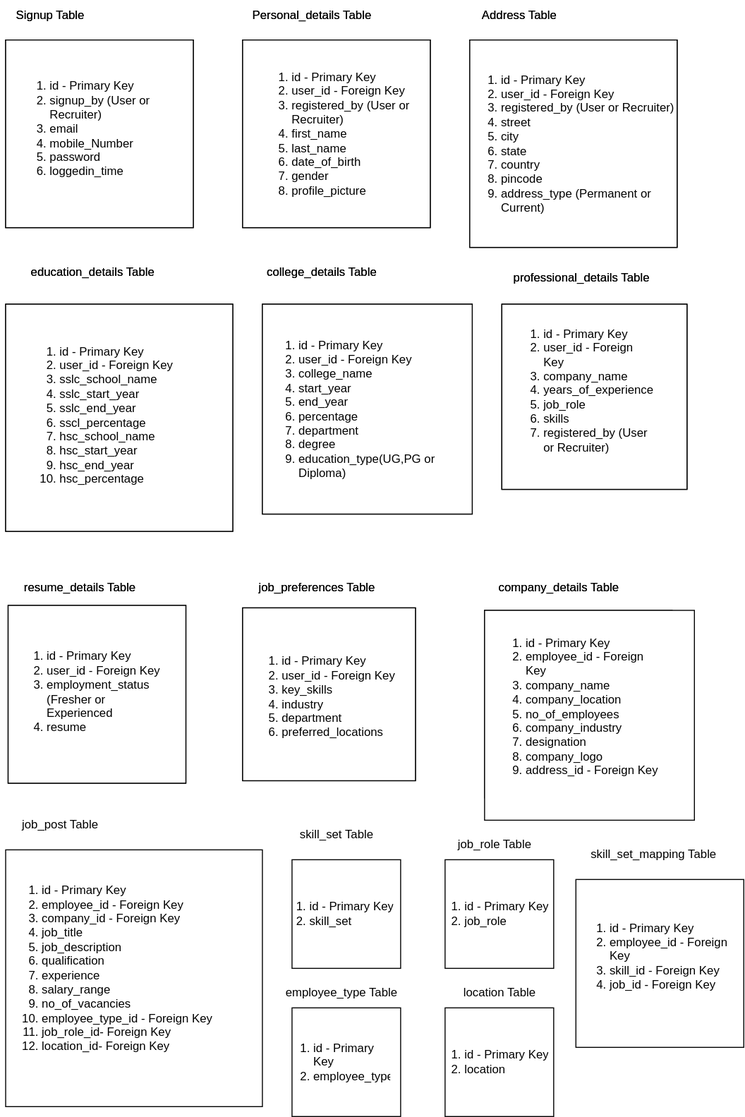
Before: fieldmaping.drawio.svg, a diagram exported from draw.io (JobPortal006/backend). Source tidied: cells renumbered, new cells last; positions are measured from the earlier drawing's top-left corner, leaving out a move shared by most shapes.
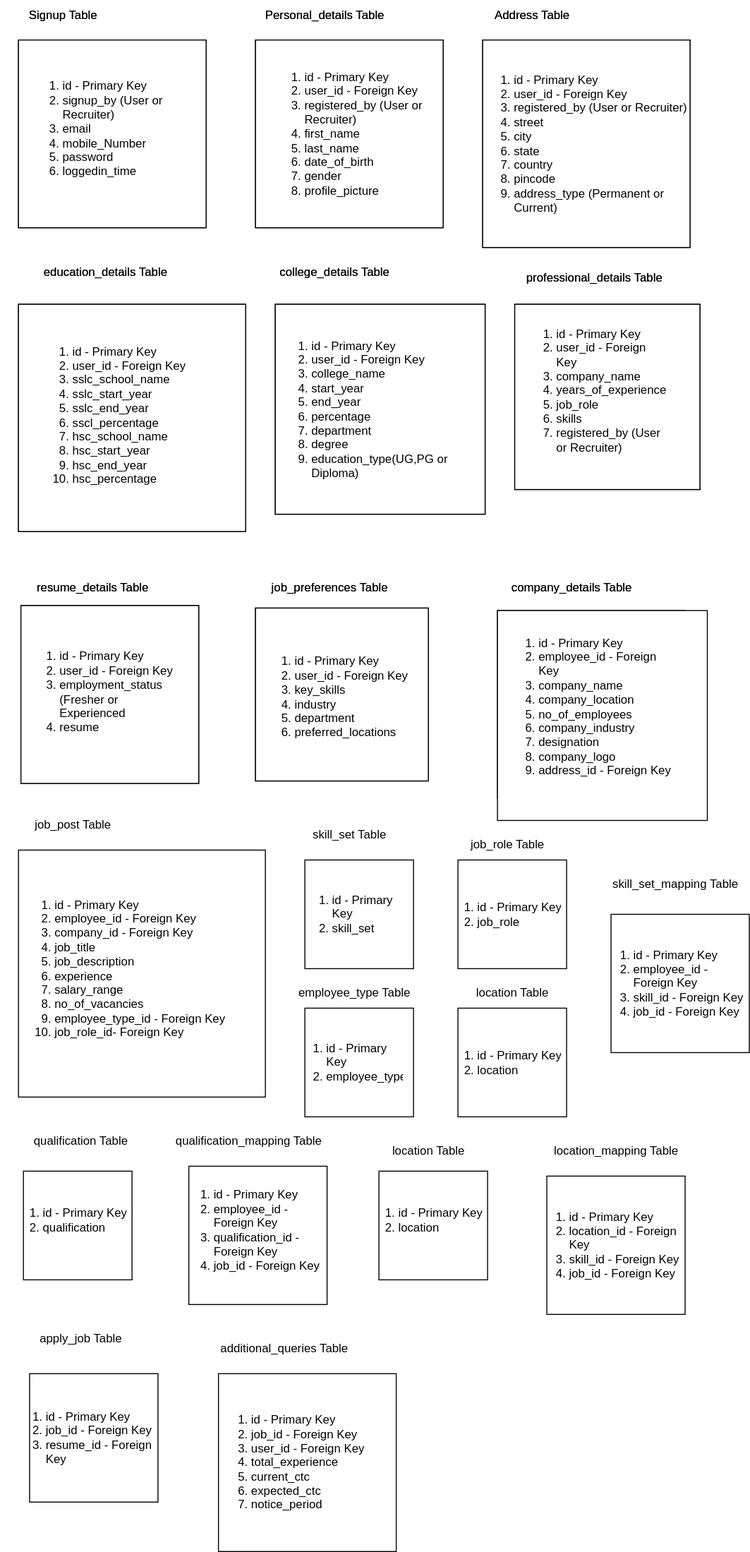
The same file after the commit.

The edit, as a diff of the source:
```diff
@@ -168,9 +168,9 @@
       <mxGeometry x="10" y="820" width="100" height="30" as="geometry" />
     </mxCell>
     <mxCell id="57" style="whiteSpace=wrap;html=1;" parent="1" vertex="1">
-      <mxGeometry x="5" y="860" width="260" height="260" as="geometry" />
+      <mxGeometry x="5" y="860" width="250" height="250" as="geometry" />
     </mxCell>
-    <mxCell id="58" value="&lt;ol&gt;&lt;li&gt;id - Primary Key&lt;/li&gt;&lt;li&gt;employee_id - Foreign Key&lt;/li&gt;&lt;li&gt;company_id - Foreign Key&lt;/li&gt;&lt;li&gt;job_title&lt;br&gt;&lt;/li&gt;&lt;li&gt;job_description&lt;br&gt;&lt;/li&gt;&lt;li&gt;qualification&lt;br&gt;&lt;/li&gt;&lt;li&gt;experience&lt;br&gt;&lt;/li&gt;&lt;li&gt;salary_range&lt;/li&gt;&lt;li&gt;no_of_vacancies&lt;br&gt;&lt;/li&gt;&lt;li&gt;employee_type_id - Foreign Key&lt;br&gt;&lt;/li&gt;&lt;li&gt;job_role_id- Foreign Key&lt;/li&gt;&lt;li&gt;location_id- Foreign Key&lt;/li&gt;&lt;/ol&gt;" style="text;strokeColor=none;fillColor=none;html=1;whiteSpace=wrap;verticalAlign=middle;overflow=hidden;" parent="1" vertex="1">
+    <mxCell id="58" value="&lt;ol&gt;&lt;li&gt;id - Primary Key&lt;/li&gt;&lt;li&gt;employee_id - Foreign Key&lt;/li&gt;&lt;li&gt;company_id - Foreign Key&lt;/li&gt;&lt;li&gt;job_title&lt;br&gt;&lt;/li&gt;&lt;li&gt;job_description&lt;/li&gt;&lt;li&gt;experience&lt;br&gt;&lt;/li&gt;&lt;li&gt;salary_range&lt;/li&gt;&lt;li&gt;no_of_vacancies&lt;br&gt;&lt;/li&gt;&lt;li&gt;employee_type_id - Foreign Key&lt;br&gt;&lt;/li&gt;&lt;li&gt;job_role_id- Foreign Key&lt;/li&gt;&lt;/ol&gt;" style="text;strokeColor=none;fillColor=none;html=1;whiteSpace=wrap;verticalAlign=middle;overflow=hidden;" parent="1" vertex="1">
       <mxGeometry y="850" width="260" height="260" as="geometry" />
     </mxCell>
     <mxCell id="59" value="skill_set Table" style="text;html=1;align=center;verticalAlign=middle;strokeColor=none;fillColor=none;" parent="1" vertex="1">
@@ -180,7 +180,7 @@
       <mxGeometry x="295" y="870" width="110" height="110" as="geometry" />
     </mxCell>
     <mxCell id="61" value="&lt;ol&gt;&lt;li&gt;id - Primary Key&lt;/li&gt;&lt;li&gt;skill_set&lt;/li&gt;&lt;/ol&gt;" style="text;strokeColor=none;fillColor=none;html=1;whiteSpace=wrap;verticalAlign=middle;overflow=hidden;" parent="1" vertex="1">
-      <mxGeometry x="271.2" y="880" width="132.5" height="90" as="geometry" />
+      <mxGeometry x="281.2" y="880" width="123.8" height="90" as="geometry" />
     </mxCell>
     <mxCell id="62" value="employee_type Table" style="text;html=1;align=center;verticalAlign=middle;strokeColor=none;fillColor=none;" parent="1" vertex="1">
       <mxGeometry x="275" y="990" width="140" height="30" as="geometry" />
@@ -210,13 +210,67 @@
       <mxGeometry x="427.5" y="880" width="132.5" height="90" as="geometry" />
     </mxCell>
     <mxCell id="71" value="skill_set_mapping Table" style="text;html=1;align=center;verticalAlign=middle;strokeColor=none;fillColor=none;" parent="1" vertex="1">
-      <mxGeometry x="586.2" y="850" width="150" height="30" as="geometry" />
+      <mxGeometry x="595" y="880" width="150" height="30" as="geometry" />
     </mxCell>
     <mxCell id="72" style="whiteSpace=wrap;html=1;" parent="1" vertex="1">
-      <mxGeometry x="582.5" y="890" width="170" height="170" as="geometry" />
+      <mxGeometry x="605" y="925" width="140" height="140" as="geometry" />
     </mxCell>
     <mxCell id="73" value="&lt;ol&gt;&lt;li&gt;id - Primary Key&lt;/li&gt;&lt;li&gt;employee_id - Foreign Key&lt;/li&gt;&lt;li&gt;skill_id - Foreign Key&lt;/li&gt;&lt;li&gt;job_id - Foreign Key&lt;/li&gt;&lt;/ol&gt;" style="text;strokeColor=none;fillColor=none;html=1;whiteSpace=wrap;verticalAlign=middle;overflow=hidden;" parent="1" vertex="1">
-      <mxGeometry x="575" y="875" width="172.5" height="185" as="geometry" />
+      <mxGeometry x="586.2" y="930" width="158.8" height="130" as="geometry" />
     </mxCell>
+    <mxCell id="74" style="whiteSpace=wrap;html=1;" parent="1" vertex="1">
+      <mxGeometry x="10" y="1185" width="110" height="110" as="geometry" />
+    </mxCell>
+    <mxCell id="75" value="&lt;ol&gt;&lt;li&gt;id - Primary Key&lt;/li&gt;&lt;li&gt;qualification&lt;/li&gt;&lt;/ol&gt;" style="text;strokeColor=none;fillColor=none;html=1;whiteSpace=wrap;verticalAlign=middle;overflow=hidden;" parent="1" vertex="1">
+      <mxGeometry x="-12.5" y="1190" width="132.5" height="90" as="geometry" />
+    </mxCell>
+    <mxCell id="76" style="whiteSpace=wrap;html=1;" parent="1" vertex="1">
+      <mxGeometry x="370" y="1185" width="110" height="110" as="geometry" />
+    </mxCell>
+    <mxCell id="77" value="&lt;ol&gt;&lt;li&gt;id - Primary Key&lt;/li&gt;&lt;li&gt;location&lt;/li&gt;&lt;/ol&gt;" style="text;strokeColor=none;fillColor=none;html=1;whiteSpace=wrap;verticalAlign=middle;overflow=hidden;" parent="1" vertex="1">
+      <mxGeometry x="347.5" y="1190" width="132.5" height="90" as="geometry" />
+    </mxCell>
+    <mxCell id="78" style="whiteSpace=wrap;html=1;" parent="1" vertex="1">
+      <mxGeometry x="177.5" y="1180" width="140" height="140" as="geometry" />
+    </mxCell>
+    <mxCell id="79" value="&lt;ol&gt;&lt;li&gt;id - Primary Key&lt;/li&gt;&lt;li&gt;employee_id - Foreign Key&lt;/li&gt;&lt;li&gt;qualification_id - Foreign Key&lt;/li&gt;&lt;li&gt;job_id - Foreign Key&lt;/li&gt;&lt;/ol&gt;" style="text;strokeColor=none;fillColor=none;html=1;whiteSpace=wrap;verticalAlign=middle;overflow=hidden;" parent="1" vertex="1">
+      <mxGeometry x="161.2" y="1180" width="158.8" height="130" as="geometry" />
+    </mxCell>
+    <mxCell id="80" style="whiteSpace=wrap;html=1;" parent="1" vertex="1">
+      <mxGeometry x="540" y="1190" width="140" height="140" as="geometry" />
+    </mxCell>
+    <mxCell id="81" value="&lt;ol&gt;&lt;li&gt;id - Primary Key&lt;/li&gt;&lt;li&gt;location_id - Foreign Key&lt;/li&gt;&lt;li&gt;skill_id - Foreign Key&lt;/li&gt;&lt;li&gt;job_id - Foreign Key&lt;/li&gt;&lt;/ol&gt;" style="text;strokeColor=none;fillColor=none;html=1;whiteSpace=wrap;verticalAlign=middle;overflow=hidden;" parent="1" vertex="1">
+      <mxGeometry x="521.2" y="1195" width="158.8" height="130" as="geometry" />
+    </mxCell>
+    <mxCell id="82" value="qualification Table" style="text;html=1;align=center;verticalAlign=middle;strokeColor=none;fillColor=none;" parent="1" vertex="1">
+      <mxGeometry x="7.5" y="1140" width="120" height="30" as="geometry" />
+    </mxCell>
+    <mxCell id="83" value="qualification_mapping Table" style="text;html=1;align=center;verticalAlign=middle;strokeColor=none;fillColor=none;" parent="1" vertex="1">
+      <mxGeometry x="152.5" y="1140" width="170" height="30" as="geometry" />
+    </mxCell>
+    <mxCell id="84" value="location Table" style="text;html=1;align=center;verticalAlign=middle;strokeColor=none;fillColor=none;" parent="1" vertex="1">
+      <mxGeometry x="370" y="1150" width="100" height="30" as="geometry" />
+    </mxCell>
+    <mxCell id="85" value="location_mapping Table" style="text;html=1;align=center;verticalAlign=middle;strokeColor=none;fillColor=none;" parent="1" vertex="1">
+      <mxGeometry x="535" y="1150" width="150" height="30" as="geometry" />
+    </mxCell>
+    <mxCell id="86" value="apply_job Table" style="text;html=1;align=center;verticalAlign=middle;strokeColor=none;fillColor=none;" parent="1" vertex="1">
+      <mxGeometry x="12.5" y="1340" width="110" height="30" as="geometry" />
+    </mxCell>
+    <mxCell id="87" style="whiteSpace=wrap;html=1;" parent="1" vertex="1">
+      <mxGeometry x="16.2" y="1390" width="130" height="130" as="geometry" />
+    </mxCell>
+    <mxCell id="88" value="&lt;ol&gt;&lt;li&gt;id - Primary Key&lt;/li&gt;&lt;li&gt;job_id - Foreign Key&lt;/li&gt;&lt;li&gt;resume_id - Foreign Key&lt;/li&gt;&lt;/ol&gt;" style="text;strokeColor=none;fillColor=none;html=1;whiteSpace=wrap;verticalAlign=middle;overflow=hidden;" parent="1" vertex="1">
+      <mxGeometry x="-8.8" y="1390" width="158.8" height="130" as="geometry" />
+    </mxCell>
+    <mxCell id="89" value="additional_queries Table" style="text;html=1;align=center;verticalAlign=middle;strokeColor=none;fillColor=none;" parent="1" vertex="1">
+      <mxGeometry x="198.8" y="1350" width="150" height="30" as="geometry" />
+    </mxCell>
+    <mxCell id="90" style="whiteSpace=wrap;html=1;" parent="1" vertex="1">
+      <mxGeometry x="207.5" y="1390" width="180" height="180" as="geometry" />
+    </mxCell>
+    <mxCell id="91" value="&lt;ol&gt;&lt;li&gt;id - Primary Key&lt;/li&gt;&lt;li&gt;job_id - Foreign Key&lt;/li&gt;&lt;li&gt;user_id - Foreign Key&lt;/li&gt;&lt;li&gt;total_experience&lt;/li&gt;&lt;li&gt;current_ctc&lt;/li&gt;&lt;li&gt;expected_ctc&lt;/li&gt;&lt;li&gt;notice_period&lt;/li&gt;&lt;/ol&gt;" style="text;strokeColor=none;fillColor=none;html=1;whiteSpace=wrap;verticalAlign=middle;overflow=hidden;" parent="1" vertex="1">
+      <mxGeometry x="198.8" y="1395" width="196.2" height="170" as="geometry" />
+    </mxCell>
   </root>
 </mxGraphModel>
```
